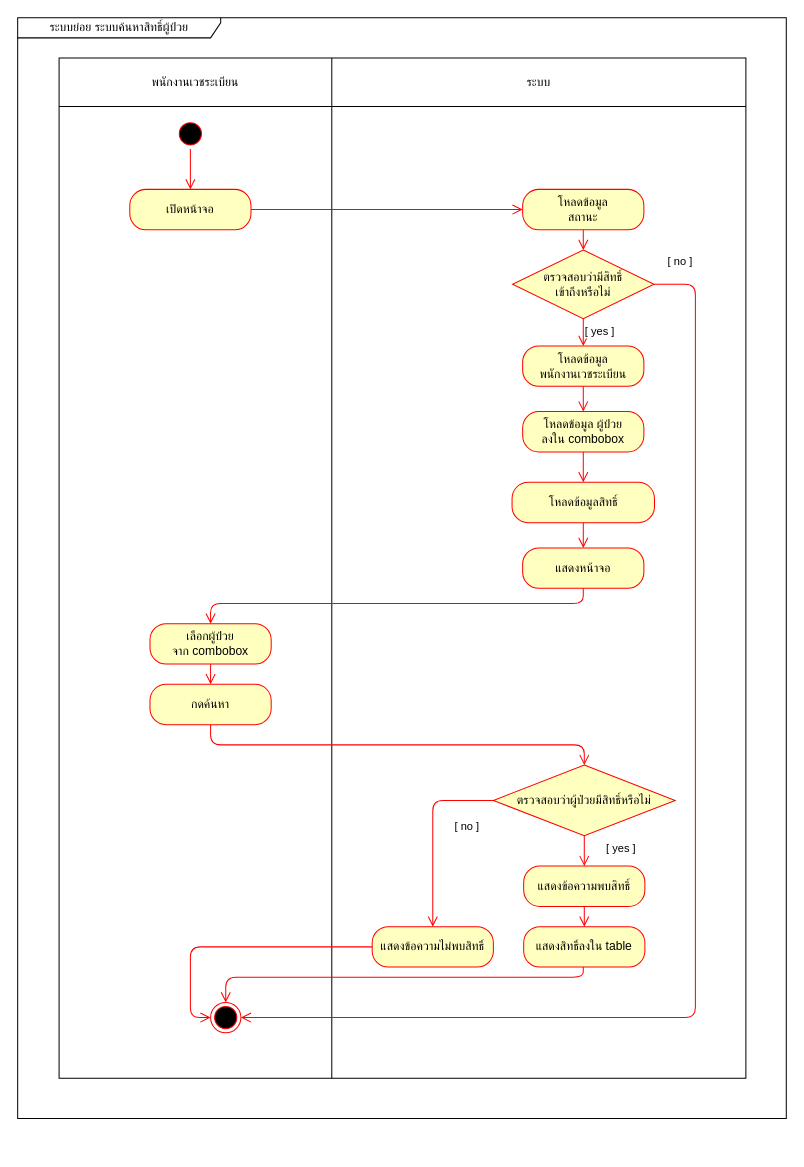
Before: page "System Activity Diagram" (2 of 5) of draw_io/b6103866-2.drawio in sut63/team10, a draw.io diagram. Source tidied: cells renumbered, new cells numbered last; positions are measured from the earlier drawing's top-left corner, leaving out a move shared by most shapes. Both pictures are drawn from the tidied source at 101%, with x=0, y=0 at pixel (17, 17).
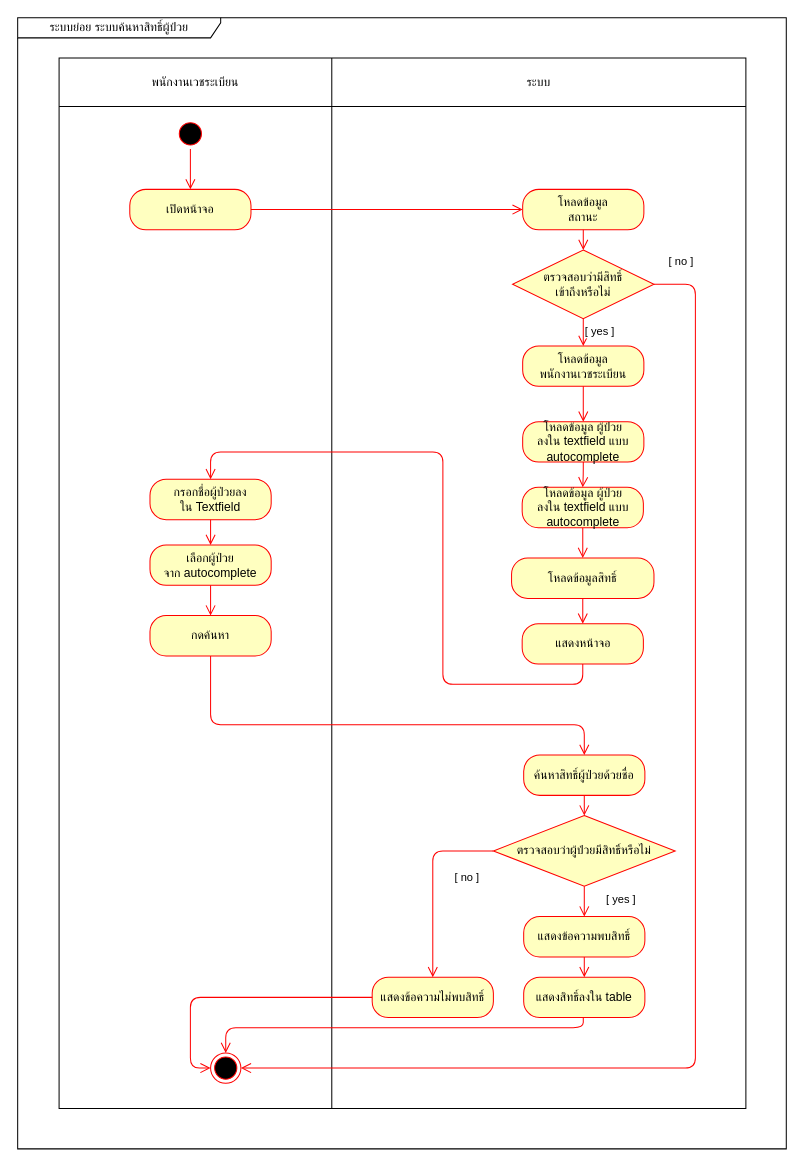
After the change.

Unchanged cells that the change refers to:
```xml
<mxCell id="23" value="ตรวจสอบว่ามีสิทธิ์&lt;br&gt;เข้าถึงหรือไม่" style="rhombus;whiteSpace=wrap;html=1;fillColor=#ffffc0;strokeColor=#ff0000;" parent="1" vertex="1">
  <mxGeometry x="490" y="230" width="140" height="68" as="geometry" />
</mxCell>
<mxCell id="27" value="โหลดข้อมูล&lt;br&gt;&lt;span&gt;พนักงานเวชระเบียน&lt;/span&gt;" style="rounded=1;whiteSpace=wrap;html=1;arcSize=40;fontColor=#000000;fillColor=#ffffc0;strokeColor=#ff0000;" parent="1" vertex="1">
  <mxGeometry x="500" y="325" width="120" height="40" as="geometry" />
</mxCell>
```

The edit, as a diff of the source:
```diff
@@
     <mxCell id="2" value="ระบบย่อย ระบบค้นหาสิทธิ์ผู้ป่วย" style="shape=umlFrame;whiteSpace=wrap;html=1;width=201;height=20;" parent="1" vertex="1">
-      <mxGeometry width="761" height="1090" as="geometry" />
+      <mxGeometry width="761" height="1120" as="geometry" />
     </mxCell>
     <mxCell id="3" style="shape=table;html=1;whiteSpace=wrap;startSize=0;childLayout=tableLayout;" parent="1" vertex="1">
-      <mxGeometry x="41" y="40" width="680" height="1010" as="geometry" />
+      <mxGeometry x="41" y="40" width="680" height="1040" as="geometry" />
     </mxCell>
@@
     <mxCell id="7" style="shape=partialRectangle;html=1;whiteSpace=wrap;fillColor=none;top=0;left=0;bottom=0;right=0;" parent="3" vertex="1">
-      <mxGeometry y="48" width="680" height="962" as="geometry" />
+      <mxGeometry y="48" width="680" height="992" as="geometry" />
     </mxCell>
     <mxCell id="8" style="shape=partialRectangle;html=1;whiteSpace=wrap;overflow=hidden;fillColor=none;top=0;left=0;bottom=0;right=0;" parent="7" vertex="1">
-      <mxGeometry width="270" height="962" as="geometry" />
+      <mxGeometry width="270" height="992" as="geometry" />
     </mxCell>
     <mxCell id="9" style="shape=partialRectangle;html=1;whiteSpace=wrap;overflow=hidden;fillColor=none;top=0;left=0;bottom=0;right=0;" parent="7" vertex="1">
-      <mxGeometry x="270" width="410" height="962" as="geometry" />
+      <mxGeometry x="270" width="410" height="992" as="geometry" />
     </mxCell>
@@
     <mxCell id="12" value="แสดงหน้าจอ" style="rounded=1;whiteSpace=wrap;html=1;arcSize=40;fontColor=#000000;fillColor=#ffffc0;strokeColor=#ff0000;" parent="1" vertex="1">
-      <mxGeometry x="500" y="525" width="120" height="40" as="geometry" />
+      <mxGeometry x="499.5" y="600" width="120" height="40" as="geometry" />
     </mxCell>
     <mxCell id="13" style="ellipse;html=1;shape=endState;fillColor=#000000;strokeColor=#ff0000;" parent="1" vertex="1">
-      <mxGeometry x="191" y="975" width="30" height="30" as="geometry" />
+      <mxGeometry x="191" y="1025" width="30" height="30" as="geometry" />
     </mxCell>
@@
     <mxCell id="16" value="กดค้นหา" style="rounded=1;whiteSpace=wrap;html=1;arcSize=40;fontColor=#000000;fillColor=#ffffc0;strokeColor=#ff0000;" parent="1" vertex="1">
-      <mxGeometry x="131" y="660" width="120" height="40" as="geometry" />
+      <mxGeometry x="131" y="592" width="120" height="40" as="geometry" />
     </mxCell>
-    <mxCell id="17" value="เลือกผู้ป่วย&lt;br&gt;จาก combobox" style="rounded=1;whiteSpace=wrap;html=1;arcSize=40;fontColor=#000000;fillColor=#ffffc0;strokeColor=#ff0000;" parent="1" vertex="1">
-      <mxGeometry x="131" y="600" width="120" height="40" as="geometry" />
+    <mxCell id="17" value="&lt;span&gt;กรอกชื่อ&lt;/span&gt;ผู้ป่วยลงใน&lt;span&gt;&amp;nbsp;Textfield&lt;/span&gt;" style="rounded=1;whiteSpace=wrap;html=1;arcSize=40;fontColor=#000000;fillColor=#ffffc0;strokeColor=#ff0000;" parent="1" vertex="1">
+      <mxGeometry x="131" y="457" width="120" height="40" as="geometry" />
     </mxCell>
-    <mxCell id="18" style="edgeStyle=orthogonalEdgeStyle;html=1;verticalAlign=bottom;endArrow=open;endSize=8;strokeColor=#ff0000;entryX=0.5;entryY=0;entryDx=0;entryDy=0;" parent="1" edge="1" source="17" target="16">
+    <mxCell id="18" style="edgeStyle=orthogonalEdgeStyle;html=1;verticalAlign=bottom;endArrow=open;endSize=8;strokeColor=#ff0000;entryX=0.5;entryY=0;entryDx=0;entryDy=0;" parent="1" edge="1" source="17" target="43">
       <mxGeometry relative="1" as="geometry" />
     </mxCell>
-    <mxCell id="19" style="edgeStyle=orthogonalEdgeStyle;html=1;verticalAlign=bottom;endArrow=open;endSize=8;strokeColor=#ff0000;entryX=0.5;entryY=0;entryDx=0;entryDy=0;exitX=0.5;exitY=1;exitDx=0;exitDy=0;" parent="1" edge="1" source="16" target="21">
+    <mxCell id="19" style="edgeStyle=orthogonalEdgeStyle;html=1;verticalAlign=bottom;endArrow=open;endSize=8;strokeColor=#ff0000;entryX=0.5;entryY=0;entryDx=0;entryDy=0;exitX=0.5;exitY=1;exitDx=0;exitDy=0;" parent="1" edge="1" source="45" target="21">
       <mxGeometry relative="1" as="geometry">
         <Array as="points">
-          <mxPoint x="191" y="720" />
-          <mxPoint x="561" y="720" />
+          <mxPoint x="561" y="780" />
+          <mxPoint x="561" y="780" />
         </Array>
       </mxGeometry>
     </mxCell>
@@
     <mxCell id="21" value="ตรวจสอบว่าผู้ป่วยมีสิทธิ์หรือไม่" style="rhombus;whiteSpace=wrap;html=1;fillColor=#ffffc0;strokeColor=#ff0000;" parent="1" vertex="1">
-      <mxGeometry x="471" y="740" width="180" height="70" as="geometry" />
+      <mxGeometry x="471" y="790" width="180" height="70" as="geometry" />
     </mxCell>
     <mxCell id="22" style="edgeStyle=orthogonalEdgeStyle;html=1;align=left;verticalAlign=top;endArrow=open;endSize=8;strokeColor=#ff0000;" parent="1" edge="1" source="30" target="13">
       <mxGeometry x="-1" y="42" relative="1" as="geometry">
         <Array as="points">
-          <mxPoint x="560" y="950" />
-          <mxPoint x="206" y="950" />
+          <mxPoint x="560" y="1000" />
+          <mxPoint x="206" y="1000" />
         </Array>
         <mxPoint x="-1" y="-10" as="offset" />
       </mxGeometry>
     </mxCell>
@@
     <mxCell id="24" value="[ no ]" style="edgeStyle=orthogonalEdgeStyle;html=1;align=left;verticalAlign=bottom;endArrow=open;endSize=8;strokeColor=#ff0000;entryX=1;entryY=0.5;entryDx=0;entryDy=0;exitX=1;exitY=0.5;exitDx=0;exitDy=0;" parent="1" edge="1" source="23" target="13">
       <mxGeometry x="-0.98" y="14" relative="1" as="geometry">
         <Array as="points">
           <mxPoint x="671" y="264" />
-          <mxPoint x="671" y="990" />
+          <mxPoint x="671" y="1040" />
         </Array>
       </mxGeometry>
     </mxCell>
@@
     <mxCell id="29" style="edgeStyle=orthogonalEdgeStyle;html=1;verticalAlign=bottom;endArrow=open;endSize=8;strokeColor=#ff0000;exitX=0.5;exitY=1;exitDx=0;exitDy=0;entryX=0.5;entryY=0;entryDx=0;entryDy=0;" parent="1" edge="1" source="12" target="17">
       <mxGeometry relative="1" as="geometry">
         <Array as="points">
-          <mxPoint x="560" y="580" />
-          <mxPoint x="191" y="580" />
+          <mxPoint x="560" y="660" />
+          <mxPoint x="421" y="660" />
+          <mxPoint x="421" y="430" />
+          <mxPoint x="191" y="430" />
         </Array>
       </mxGeometry>
     </mxCell>
     <mxCell id="30" value="&lt;span&gt;แสดงสิทธิ์ลงใน table&lt;/span&gt;" style="rounded=1;whiteSpace=wrap;html=1;arcSize=40;fontColor=#000000;fillColor=#ffffc0;strokeColor=#ff0000;" parent="1" vertex="1">
-      <mxGeometry x="501" y="900" width="120" height="40" as="geometry" />
+      <mxGeometry x="501" y="950" width="120" height="40" as="geometry" />
     </mxCell>
@@
     <mxCell id="32" value="แสดงข้อความไม่พบสิทธิ์" style="rounded=1;whiteSpace=wrap;html=1;arcSize=40;fontColor=#000000;fillColor=#ffffc0;strokeColor=#ff0000;" parent="1" vertex="1">
-      <mxGeometry x="351" y="900" width="120" height="40" as="geometry" />
+      <mxGeometry x="351" y="950" width="120" height="40" as="geometry" />
     </mxCell>
     <mxCell id="33" value="[ no ]" style="edgeStyle=orthogonalEdgeStyle;html=1;align=left;verticalAlign=bottom;endArrow=open;endSize=8;strokeColor=#ff0000;entryX=0.5;entryY=0;entryDx=0;entryDy=0;exitX=0;exitY=0.5;exitDx=0;exitDy=0;" parent="1" edge="1" source="21" target="32">
       <mxGeometry x="0.03" y="20" relative="1" as="geometry">
         <Array as="points">
-          <mxPoint x="411" y="775" />
+          <mxPoint x="411" y="825" />
         </Array>
       </mxGeometry>
     </mxCell>
-    <mxCell id="34" value="โหลดข้อมูล ผู้ป่วย&lt;br&gt;ลงใน combobox" style="rounded=1;whiteSpace=wrap;html=1;arcSize=40;fontColor=#000000;fillColor=#ffffc0;strokeColor=#ff0000;" parent="1" vertex="1">
-      <mxGeometry x="500" y="390" width="120" height="40" as="geometry" />
+    <mxCell id="34" value="โหลดข้อมูล ผู้ป่วย&lt;br&gt;ลงใน textfield แบบ autocomplete" style="rounded=1;whiteSpace=wrap;html=1;arcSize=40;fontColor=#000000;fillColor=#ffffc0;strokeColor=#ff0000;" parent="1" vertex="1">
+      <mxGeometry x="499.5" y="465" width="120" height="40" as="geometry" />
     </mxCell>
     <mxCell id="35" value="โหลดข้อมูลสิทธิ์" style="rounded=1;whiteSpace=wrap;html=1;arcSize=40;fontColor=#000000;fillColor=#ffffc0;strokeColor=#ff0000;" parent="1" vertex="1">
-      <mxGeometry x="489.5" y="460" width="141" height="40" as="geometry" />
+      <mxGeometry x="489" y="535" width="141" height="40" as="geometry" />
     </mxCell>
     <mxCell id="36" style="edgeStyle=orthogonalEdgeStyle;html=1;align=left;verticalAlign=top;endArrow=open;endSize=8;strokeColor=#ff0000;exitX=0;exitY=0.5;exitDx=0;exitDy=0;entryX=0;entryY=0.5;entryDx=0;entryDy=0;" parent="1" edge="1" source="32" target="13">
       <mxGeometry x="-1" y="42" relative="1" as="geometry">
         <Array as="points">
-          <mxPoint x="171" y="920" />
-          <mxPoint x="171" y="990" />
+          <mxPoint x="171" y="970" />
+          <mxPoint x="171" y="1040" />
         </Array>
         <mxPoint x="-1" y="-10" as="offset" />
       </mxGeometry>
     </mxCell>
@@
-    <mxCell id="38" style="edgeStyle=orthogonalEdgeStyle;html=1;verticalAlign=bottom;endArrow=open;endSize=8;strokeColor=#ff0000;exitX=0.5;exitY=1;exitDx=0;exitDy=0;entryX=0.5;entryY=0;entryDx=0;entryDy=0;" parent="1" edge="1" source="27" target="34">
+    <mxCell id="38" style="edgeStyle=orthogonalEdgeStyle;html=1;verticalAlign=bottom;endArrow=open;endSize=8;strokeColor=#ff0000;exitX=0.5;exitY=1;exitDx=0;exitDy=0;entryX=0.5;entryY=0;entryDx=0;entryDy=0;" parent="1" edge="1" source="27" target="42">
       <mxGeometry relative="1" as="geometry" />
     </mxCell>
     <mxCell id="39" value="แสดงข้อความพบสิทธิ์" style="rounded=1;whiteSpace=wrap;html=1;arcSize=40;fontColor=#000000;fillColor=#ffffc0;strokeColor=#ff0000;" parent="1" vertex="1">
-      <mxGeometry x="501" y="840" width="120" height="40" as="geometry" />
+      <mxGeometry x="501" y="890" width="120" height="40" as="geometry" />
     </mxCell>
@@
+    <mxCell id="41" style="edgeStyle=orthogonalEdgeStyle;html=1;verticalAlign=bottom;endArrow=open;endSize=8;strokeColor=#ff0000;exitX=0.5;exitY=1;exitDx=0;exitDy=0;entryX=0.5;entryY=0;entryDx=0;entryDy=0;" parent="1" edge="1" source="42" target="34">
+      <mxGeometry relative="1" as="geometry" />
+    </mxCell>
+    <mxCell id="42" value="โหลดข้อมูล ผู้ป่วย&lt;br&gt;ลงใน textfield แบบ autocomplete" style="rounded=1;whiteSpace=wrap;html=1;arcSize=40;fontColor=#000000;fillColor=#ffffc0;strokeColor=#ff0000;" parent="1" vertex="1">
+      <mxGeometry x="500" y="400" width="120" height="40" as="geometry" />
+    </mxCell>
+    <mxCell id="43" value="เลือกผู้ป่วย&lt;br&gt;จาก autocomplete" style="rounded=1;whiteSpace=wrap;html=1;arcSize=40;fontColor=#000000;fillColor=#ffffc0;strokeColor=#ff0000;" parent="1" vertex="1">
+      <mxGeometry x="131" y="522" width="120" height="40" as="geometry" />
+    </mxCell>
+    <mxCell id="44" style="edgeStyle=orthogonalEdgeStyle;html=1;verticalAlign=bottom;endArrow=open;endSize=8;strokeColor=#ff0000;entryX=0.5;entryY=0;entryDx=0;entryDy=0;" parent="1" edge="1" source="43" target="16">
+      <mxGeometry relative="1" as="geometry" />
+    </mxCell>
+    <mxCell id="45" value="ค้นหาสิทธิ์ผู้ป่วยด้วยชื่อ" style="rounded=1;whiteSpace=wrap;html=1;arcSize=40;fontColor=#000000;fillColor=#ffffc0;strokeColor=#ff0000;" parent="1" vertex="1">
+      <mxGeometry x="501" y="730" width="120" height="40" as="geometry" />
+    </mxCell>
+    <mxCell id="46" style="edgeStyle=orthogonalEdgeStyle;html=1;verticalAlign=bottom;endArrow=open;endSize=8;strokeColor=#ff0000;entryX=0.5;entryY=0;entryDx=0;entryDy=0;exitX=0.5;exitY=1;exitDx=0;exitDy=0;" parent="1" edge="1" source="16" target="45">
+      <mxGeometry relative="1" as="geometry">
+        <Array as="points">
+          <mxPoint x="191" y="700" />
+          <mxPoint x="561" y="700" />
+        </Array>
+      </mxGeometry>
+    </mxCell>
```
